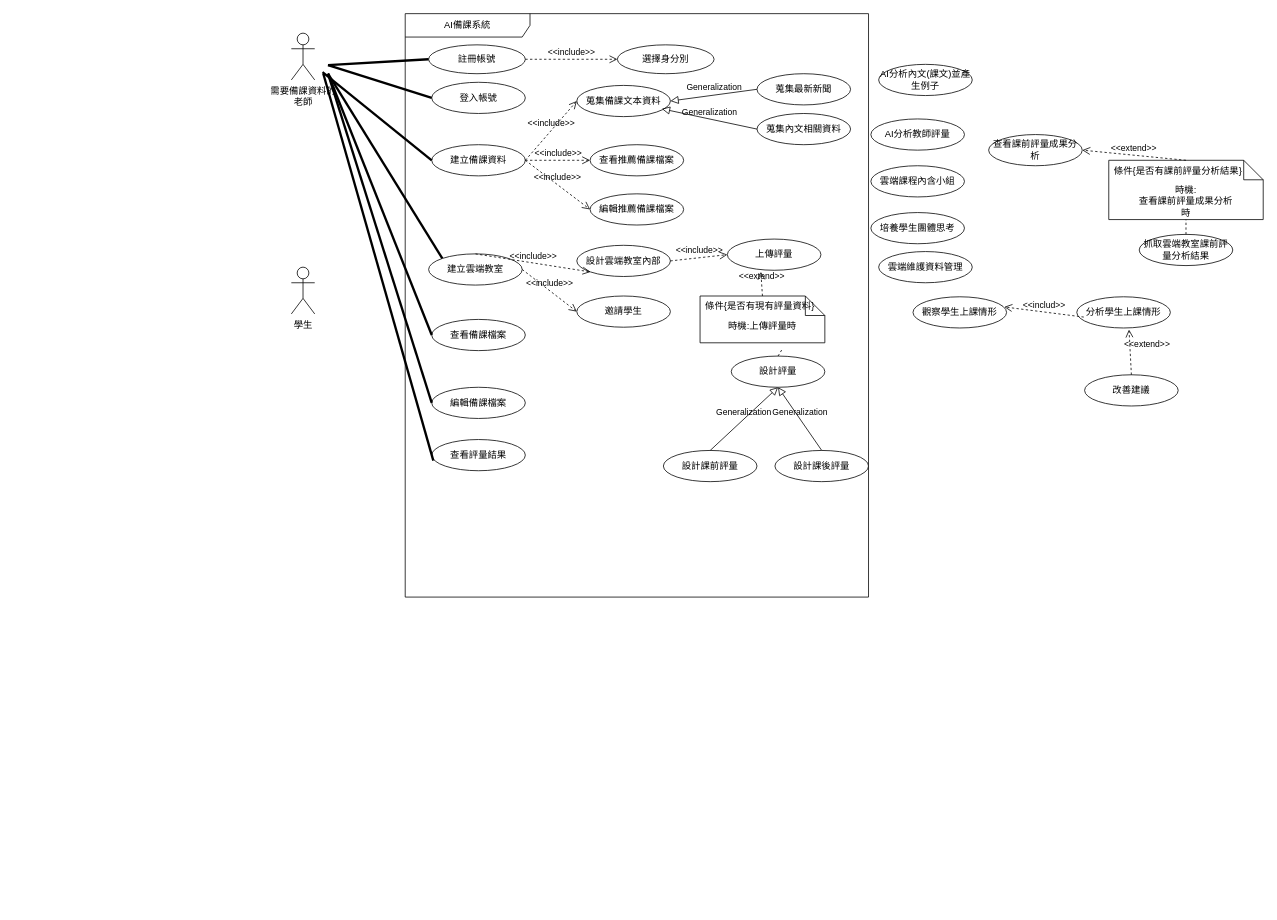
Before: page "第 1 页" (1 of 2) of 顧客關係圖.drawio in Kevincheng0804/System-analysis, a draw.io diagram. Source tidied: cells renumbered, new cells numbered last; positions are measured from the earlier drawing's top-left corner, leaving out a move shared by most shapes. Both pictures are drawn from the tidied source at 78%, with x=0, y=0 at pixel (291, 13).
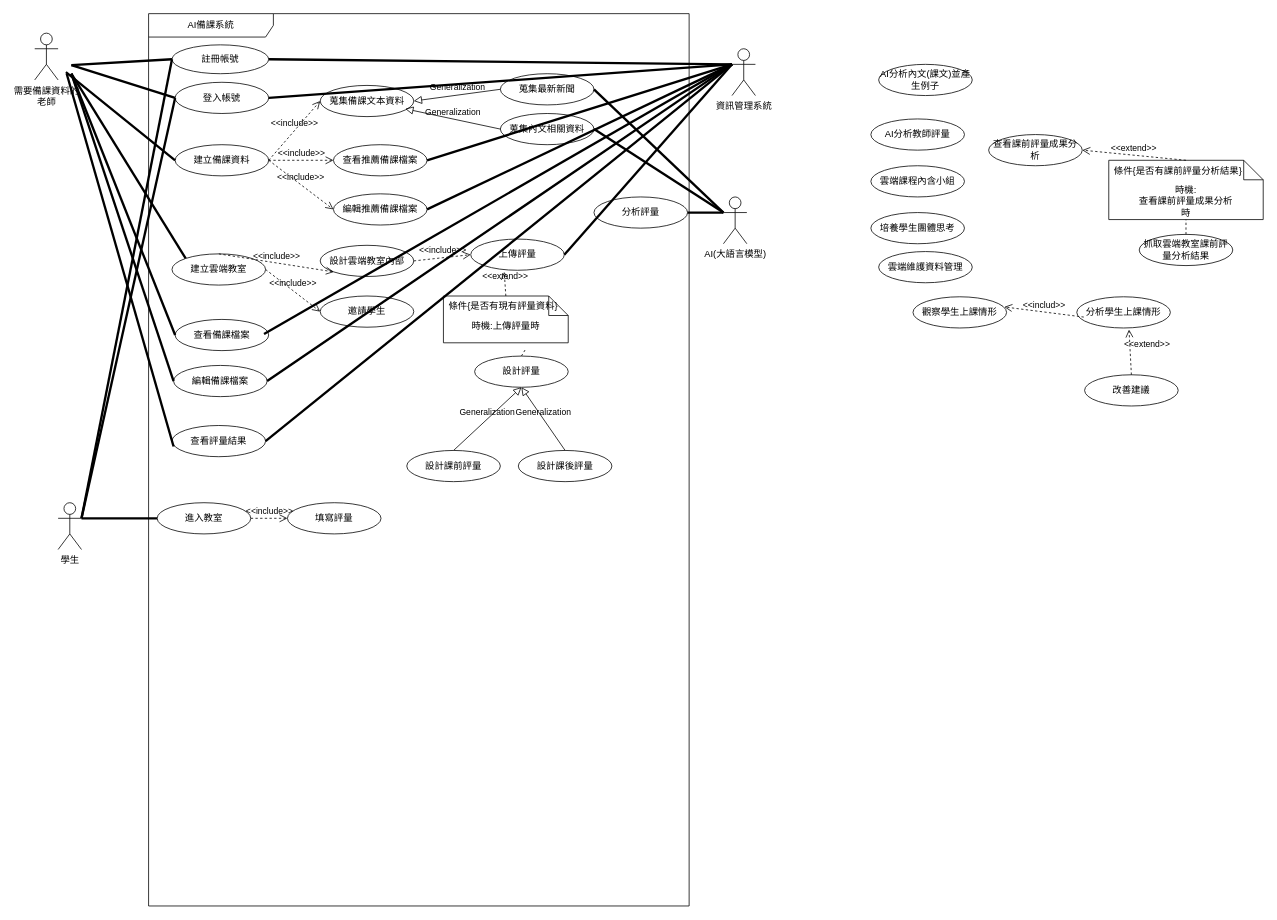
Above is the later version.

The change refers to these unchanged cells:
```xml
<mxCell id="4" value="登入帳號" style="ellipse;html=1;whiteSpace=wrap;" parent="3" vertex="1">
  <mxGeometry x="34" y="88" width="120" height="40" as="geometry" />
</mxCell>
<mxCell id="6" value="蒐集最新新聞" style="ellipse;html=1;whiteSpace=wrap;" parent="3" vertex="1">
  <mxGeometry x="451" y="77" width="120" height="40" as="geometry" />
</mxCell>
<mxCell id="7" value="蒐集內文相關資料" style="ellipse;html=1;whiteSpace=wrap;" parent="3" vertex="1">
  <mxGeometry x="451" y="128" width="120" height="40" as="geometry" />
</mxCell>
<mxCell id="8" value="註冊帳號" style="ellipse;html=1;whiteSpace=wrap;" parent="3" vertex="1">
  <mxGeometry x="30" y="40" width="124" height="37" as="geometry" />
</mxCell>
<mxCell id="18" value="建立備課資料" style="ellipse;html=1;whiteSpace=wrap;" parent="3" vertex="1">
  <mxGeometry x="34" y="168" width="120" height="40" as="geometry" />
</mxCell>
<mxCell id="20" value="查看推薦備課檔案" style="ellipse;html=1;whiteSpace=wrap;" parent="3" vertex="1">
  <mxGeometry x="237" y="168" width="120" height="40" as="geometry" />
</mxCell>
<mxCell id="21" value="編輯推薦備課檔案" style="ellipse;html=1;whiteSpace=wrap;" parent="3" vertex="1">
  <mxGeometry x="237" y="231" width="120" height="40" as="geometry" />
</mxCell>
<mxCell id="24" value="查看備課檔案" style="ellipse;html=1;whiteSpace=wrap;" parent="3" vertex="1">
  <mxGeometry x="34" y="392" width="120" height="40" as="geometry" />
</mxCell>
<mxCell id="32" value="上傳評量" style="ellipse;html=1;whiteSpace=wrap;" parent="3" vertex="1">
  <mxGeometry x="413" y="289" width="120" height="40" as="geometry" />
</mxCell>
```

Change to the diagram source:
```diff
@@
     <mxCell id="2" value="需要備課資料的&lt;div&gt;老師&lt;/div&gt;&lt;div&gt;&lt;br&gt;&lt;/div&gt;" style="shape=umlActor;verticalLabelPosition=bottom;verticalAlign=top;html=1;" parent="1" vertex="1">
-      <mxGeometry y="25" width="30" height="60" as="geometry" />
+      <mxGeometry x="-329" y="25" width="30" height="60" as="geometry" />
     </mxCell>
     <mxCell id="3" value="AI備課系統" style="shape=umlFrame;whiteSpace=wrap;html=1;width=160;" parent="1" vertex="1">
-      <mxGeometry x="146" width="594" height="748" as="geometry" />
+      <mxGeometry x="-183" width="693" height="1144" as="geometry" />
     </mxCell>
@@
-    <mxCell id="9" value="選擇身分別" style="ellipse;html=1;whiteSpace=wrap;" parent="3" vertex="1">
-      <mxGeometry x="272" y="40" width="124" height="37" as="geometry" />
-    </mxCell>
-    <mxCell id="10" value="&amp;lt;&amp;lt;include&amp;gt;&amp;gt;" style="endArrow=open;startArrow=none;endFill=0;startFill=0;endSize=8;html=1;verticalAlign=bottom;dashed=1;labelBackgroundColor=none;rounded=0;exitX=1;exitY=0.5;exitDx=0;exitDy=0;entryX=0;entryY=0.5;entryDx=0;entryDy=0;" parent="3" edge="1" source="8" target="9">
-      <mxGeometry relative="1" as="geometry" />
-    </mxCell>
@@
     <mxCell id="41" value="查看評量結果" style="ellipse;html=1;whiteSpace=wrap;" parent="3" vertex="1">
-      <mxGeometry x="34" y="546" width="120" height="40" as="geometry" />
+      <mxGeometry x="30" y="528" width="120" height="40" as="geometry" />
     </mxCell>
     <mxCell id="42" value="編輯備課檔案" style="ellipse;html=1;whiteSpace=wrap;" parent="3" vertex="1">
-      <mxGeometry x="34" y="479" width="120" height="40" as="geometry" />
+      <mxGeometry x="32" y="451" width="120" height="40" as="geometry" />
     </mxCell>
+    <mxCell id="66" value="分析評量" style="ellipse;html=1;whiteSpace=wrap;" parent="3" vertex="1">
+      <mxGeometry x="571" y="235" width="120" height="40" as="geometry" />
+    </mxCell>
+    <mxCell id="67" value="填寫評量" style="ellipse;html=1;whiteSpace=wrap;" parent="3" vertex="1">
+      <mxGeometry x="178" y="627" width="120" height="40" as="geometry" />
+    </mxCell>
+    <mxCell id="68" value="進入教室" style="ellipse;html=1;whiteSpace=wrap;" parent="3" vertex="1">
+      <mxGeometry x="11" y="627" width="120" height="40" as="geometry" />
+    </mxCell>
+    <mxCell id="10" value="&amp;lt;&amp;lt;include&amp;gt;&amp;gt;" style="endArrow=open;startArrow=none;endFill=0;startFill=0;endSize=8;html=1;verticalAlign=bottom;dashed=1;labelBackgroundColor=none;rounded=0;exitX=1;exitY=0.5;exitDx=0;exitDy=0;entryX=0;entryY=0.5;entryDx=0;entryDy=0;" parent="3" edge="1" source="68" target="67">
+      <mxGeometry relative="1" as="geometry" />
+    </mxCell>
@@
     <mxCell id="48" style="endArrow=none;startArrow=none;endFill=0;startFill=0;endSize=8;html=1;verticalAlign=bottom;labelBackgroundColor=none;strokeWidth=3;rounded=0;entryX=0;entryY=0.5;entryDx=0;entryDy=0;" parent="1" edge="1" target="18">
       <mxGeometry relative="1" as="geometry">
-        <mxPoint x="40" y="75" as="sourcePoint" />
+        <mxPoint x="-289" y="75" as="sourcePoint" />
       </mxGeometry>
     </mxCell>
     <mxCell id="49" value="學生" style="shape=umlActor;verticalLabelPosition=bottom;verticalAlign=top;html=1;" parent="1" vertex="1">
-      <mxGeometry y="325" width="30" height="60" as="geometry" />
+      <mxGeometry x="-299" y="627" width="30" height="60" as="geometry" />
     </mxCell>
     <mxCell id="50" style="endArrow=none;startArrow=none;endFill=0;startFill=0;endSize=8;html=1;verticalAlign=bottom;labelBackgroundColor=none;strokeWidth=3;rounded=0;entryX=0;entryY=0.5;entryDx=0;entryDy=0;" parent="1" edge="1" target="8">
       <mxGeometry relative="1" as="geometry">
-        <mxPoint x="47" y="66" as="sourcePoint" />
+        <mxPoint x="-282" y="66" as="sourcePoint" />
       </mxGeometry>
     </mxCell>
     <mxCell id="51" style="endArrow=none;startArrow=none;endFill=0;startFill=0;endSize=8;html=1;verticalAlign=bottom;labelBackgroundColor=none;strokeWidth=3;rounded=0;entryX=0;entryY=0.5;entryDx=0;entryDy=0;" parent="1" edge="1" target="4">
       <mxGeometry relative="1" as="geometry">
-        <mxPoint x="47" y="66" as="sourcePoint" />
+        <mxPoint x="-282" y="66" as="sourcePoint" />
       </mxGeometry>
     </mxCell>
@@
     <mxCell id="57" style="endArrow=none;startArrow=none;endFill=0;startFill=0;endSize=8;html=1;verticalAlign=bottom;labelBackgroundColor=none;strokeWidth=3;rounded=0;entryX=0;entryY=0.5;entryDx=0;entryDy=0;" parent="1" edge="1" target="24">
       <mxGeometry relative="1" as="geometry">
-        <mxPoint x="47" y="77" as="sourcePoint" />
+        <mxPoint x="-282" y="77" as="sourcePoint" />
       </mxGeometry>
     </mxCell>
     <mxCell id="58" style="endArrow=none;startArrow=none;endFill=0;startFill=0;endSize=8;html=1;verticalAlign=bottom;labelBackgroundColor=none;strokeWidth=3;rounded=0;entryX=0.017;entryY=0.675;entryDx=0;entryDy=0;entryPerimeter=0;" parent="1" edge="1" target="41">
       <mxGeometry relative="1" as="geometry">
-        <mxPoint x="41" y="77" as="sourcePoint" />
+        <mxPoint x="-288" y="77" as="sourcePoint" />
       </mxGeometry>
     </mxCell>
     <mxCell id="59" style="endArrow=none;startArrow=none;endFill=0;startFill=0;endSize=8;html=1;verticalAlign=bottom;labelBackgroundColor=none;strokeWidth=3;rounded=0;entryX=0;entryY=0.5;entryDx=0;entryDy=0;" parent="1" edge="1" target="42">
       <mxGeometry relative="1" as="geometry">
-        <mxPoint x="47" y="77" as="sourcePoint" />
+        <mxPoint x="-282" y="77" as="sourcePoint" />
       </mxGeometry>
     </mxCell>
@@
+    <mxCell id="69" value="AI(大語言模型)" style="shape=umlActor;verticalLabelPosition=bottom;verticalAlign=top;html=1;" parent="1" vertex="1">
+      <mxGeometry x="554" y="235" width="30" height="60" as="geometry" />
+    </mxCell>
+    <mxCell id="70" style="endArrow=none;startArrow=none;endFill=0;startFill=0;endSize=8;html=1;verticalAlign=bottom;labelBackgroundColor=none;strokeWidth=3;rounded=0;entryX=0;entryY=0.3333333333333333;entryDx=0;entryDy=0;entryPerimeter=0;exitX=1;exitY=0.5;exitDx=0;exitDy=0;" parent="1" edge="1" source="6" target="69">
+      <mxGeometry relative="1" as="geometry" />
+    </mxCell>
+    <mxCell id="71" style="endArrow=none;startArrow=none;endFill=0;startFill=0;endSize=8;html=1;verticalAlign=bottom;labelBackgroundColor=none;strokeWidth=3;rounded=0;exitX=1;exitY=0.5;exitDx=0;exitDy=0;entryX=0;entryY=0.3333333333333333;entryDx=0;entryDy=0;entryPerimeter=0;" parent="1" edge="1" source="7" target="69">
+      <mxGeometry relative="1" as="geometry" />
+    </mxCell>
+    <mxCell id="72" style="endArrow=none;startArrow=none;endFill=0;startFill=0;endSize=8;html=1;verticalAlign=bottom;labelBackgroundColor=none;strokeWidth=3;rounded=0;exitX=1;exitY=0.5;exitDx=0;exitDy=0;entryX=0;entryY=0.3333333333333333;entryDx=0;entryDy=0;entryPerimeter=0;" parent="1" edge="1" source="66" target="69">
+      <mxGeometry relative="1" as="geometry" />
+    </mxCell>
+    <mxCell id="73" value="資訊管理系統" style="shape=umlActor;verticalLabelPosition=bottom;verticalAlign=top;html=1;" parent="1" vertex="1">
+      <mxGeometry x="565" y="45" width="30" height="60" as="geometry" />
+    </mxCell>
+    <mxCell id="74" style="endArrow=none;startArrow=none;endFill=0;startFill=0;endSize=8;html=1;verticalAlign=bottom;labelBackgroundColor=none;strokeWidth=3;rounded=0;exitX=1;exitY=0.3333333333333333;exitDx=0;exitDy=0;exitPerimeter=0;entryX=0;entryY=0.5;entryDx=0;entryDy=0;" parent="1" edge="1" source="49" target="68">
+      <mxGeometry relative="1" as="geometry" />
+    </mxCell>
+    <mxCell id="75" style="endArrow=none;startArrow=none;endFill=0;startFill=0;endSize=8;html=1;verticalAlign=bottom;labelBackgroundColor=none;strokeWidth=3;rounded=0;entryX=0;entryY=0.5;entryDx=0;entryDy=0;exitX=1;exitY=0.3333333333333333;exitDx=0;exitDy=0;exitPerimeter=0;" parent="1" edge="1" source="49" target="8">
+      <mxGeometry relative="1" as="geometry" />
+    </mxCell>
+    <mxCell id="76" style="endArrow=none;startArrow=none;endFill=0;startFill=0;endSize=8;html=1;verticalAlign=bottom;labelBackgroundColor=none;strokeWidth=3;rounded=0;exitX=1;exitY=0.3333333333333333;exitDx=0;exitDy=0;exitPerimeter=0;entryX=0;entryY=0.5;entryDx=0;entryDy=0;" parent="1" edge="1" source="49" target="4">
+      <mxGeometry relative="1" as="geometry" />
+    </mxCell>
+    <mxCell id="77" style="endArrow=none;startArrow=none;endFill=0;startFill=0;endSize=8;html=1;verticalAlign=bottom;labelBackgroundColor=none;strokeWidth=3;rounded=0;entryX=0;entryY=0.3333333333333333;entryDx=0;entryDy=0;entryPerimeter=0;exitX=1;exitY=0.5;exitDx=0;exitDy=0;" parent="1" edge="1" source="8" target="73">
+      <mxGeometry relative="1" as="geometry" />
+    </mxCell>
+    <mxCell id="78" style="endArrow=none;startArrow=none;endFill=0;startFill=0;endSize=8;html=1;verticalAlign=bottom;labelBackgroundColor=none;strokeWidth=3;rounded=0;entryX=0;entryY=0.3333333333333333;entryDx=0;entryDy=0;entryPerimeter=0;exitX=1;exitY=0.5;exitDx=0;exitDy=0;" parent="1" edge="1" source="20" target="73">
+      <mxGeometry relative="1" as="geometry" />
+    </mxCell>
+    <mxCell id="79" style="endArrow=none;startArrow=none;endFill=0;startFill=0;endSize=8;html=1;verticalAlign=bottom;labelBackgroundColor=none;strokeWidth=3;rounded=0;entryX=0;entryY=0.3333333333333333;entryDx=0;entryDy=0;entryPerimeter=0;exitX=1;exitY=0.5;exitDx=0;exitDy=0;" parent="1" edge="1" source="4" target="73">
+      <mxGeometry relative="1" as="geometry" />
+    </mxCell>
+    <mxCell id="80" style="endArrow=none;startArrow=none;endFill=0;startFill=0;endSize=8;html=1;verticalAlign=bottom;labelBackgroundColor=none;strokeWidth=3;rounded=0;entryX=0;entryY=0.3333333333333333;entryDx=0;entryDy=0;entryPerimeter=0;exitX=1;exitY=0.5;exitDx=0;exitDy=0;" parent="1" edge="1" source="21" target="73">
+      <mxGeometry relative="1" as="geometry" />
+    </mxCell>
+    <mxCell id="81" style="endArrow=none;startArrow=none;endFill=0;startFill=0;endSize=8;html=1;verticalAlign=bottom;labelBackgroundColor=none;strokeWidth=3;rounded=0;entryX=0;entryY=0.3333333333333333;entryDx=0;entryDy=0;entryPerimeter=0;exitX=1;exitY=0.5;exitDx=0;exitDy=0;" parent="1" edge="1" source="32" target="73">
+      <mxGeometry relative="1" as="geometry" />
+    </mxCell>
+    <mxCell id="82" style="endArrow=none;startArrow=none;endFill=0;startFill=0;endSize=8;html=1;verticalAlign=bottom;labelBackgroundColor=none;strokeWidth=3;rounded=0;entryX=0;entryY=0.3333333333333333;entryDx=0;entryDy=0;entryPerimeter=0;exitX=0.95;exitY=0.467;exitDx=0;exitDy=0;exitPerimeter=0;" parent="1" edge="1" source="24" target="73">
+      <mxGeometry relative="1" as="geometry" />
+    </mxCell>
+    <mxCell id="83" style="endArrow=none;startArrow=none;endFill=0;startFill=0;endSize=8;html=1;verticalAlign=bottom;labelBackgroundColor=none;strokeWidth=3;rounded=0;entryX=0;entryY=0.3333333333333333;entryDx=0;entryDy=0;entryPerimeter=0;exitX=1;exitY=0.5;exitDx=0;exitDy=0;" parent="1" edge="1" source="42" target="73">
+      <mxGeometry relative="1" as="geometry" />
+    </mxCell>
+    <mxCell id="84" style="endArrow=none;startArrow=none;endFill=0;startFill=0;endSize=8;html=1;verticalAlign=bottom;labelBackgroundColor=none;strokeWidth=3;rounded=0;entryX=0;entryY=0.3333333333333333;entryDx=0;entryDy=0;entryPerimeter=0;exitX=1;exitY=0.5;exitDx=0;exitDy=0;" parent="1" edge="1" source="41" target="73">
+      <mxGeometry relative="1" as="geometry" />
+    </mxCell>
```
